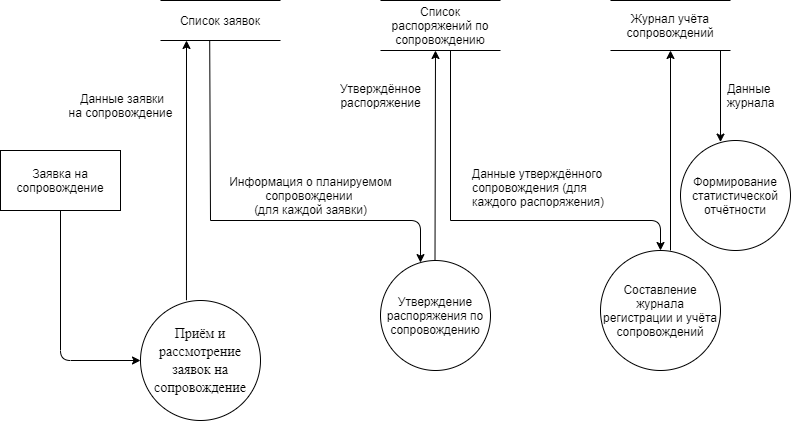
Above: Диаграмма потоков данных.png in Anton80213/Project-diagrams (draw.io), before the change. Source tidied: cells renumbered, new cells last; positions are measured from the earlier drawing's top-left corner, leaving out a move shared by most shapes.
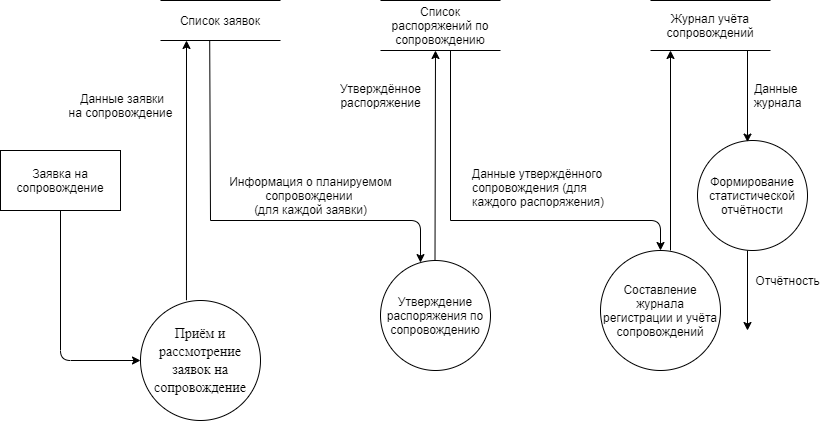
Later version of the same file.

The edit, as a diff of the source:
```diff
@@ -77,7 +77,7 @@
       </mxGeometry>
     </mxCell>
     <mxCell id="18" value="Журнал учёта сопровождений" style="shape=partialRectangle;whiteSpace=wrap;html=1;left=0;right=0;fillColor=none;" parent="1" vertex="1">
-      <mxGeometry x="610" width="120" height="50" as="geometry" />
+      <mxGeometry x="650" width="120" height="50" as="geometry" />
     </mxCell>
     <mxCell id="19" style="endArrow=none;html=1;" parent="1" edge="1">
       <mxGeometry relative="1" as="geometry">
@@ -91,16 +91,25 @@
       </mxGeometry>
     </mxCell>
     <mxCell id="21" value="Формирование статистической отчётности" style="ellipse;whiteSpace=wrap;html=1;" parent="1" vertex="1">
-      <mxGeometry x="680" y="140" width="110" height="110" as="geometry" />
+      <mxGeometry x="697" y="140" width="110" height="110" as="geometry" />
     </mxCell>
     <mxCell id="22" style="endArrow=classic;html=1;" parent="1" edge="1">
       <mxGeometry relative="1" as="geometry">
-        <mxPoint x="720" y="50" as="sourcePoint" />
-        <mxPoint x="720" y="141.6" as="targetPoint" />
+        <mxPoint x="747" y="50" as="sourcePoint" />
+        <mxPoint x="747" y="141.6" as="targetPoint" />
       </mxGeometry>
     </mxCell>
     <mxCell id="23" value="Данные &lt;br&gt;журнала" style="text;html=1;align=center;verticalAlign=middle;strokeColor=none;" parent="1" vertex="1">
-      <mxGeometry x="720" y="80" width="60" height="30" as="geometry" />
+      <mxGeometry x="747" y="80" width="60" height="30" as="geometry" />
     </mxCell>
+    <mxCell id="24" style="endArrow=classic;html=1;" parent="1" edge="1">
+      <mxGeometry relative="1" as="geometry">
+        <mxPoint x="747" y="250" as="sourcePoint" />
+        <mxPoint x="747" y="330" as="targetPoint" />
+      </mxGeometry>
+    </mxCell>
+    <mxCell id="25" value="Отчётность" style="text;html=1;align=center;verticalAlign=middle;strokeColor=none;" parent="1" vertex="1">
+      <mxGeometry x="747" y="270" width="80" height="20" as="geometry" />
+    </mxCell>
   </root>
 </mxGraphModel>
```
